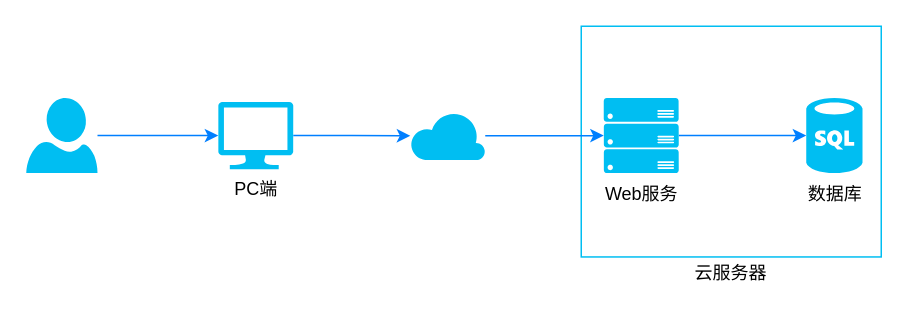
Above: page "硬件架构" (1 of 2) of 未命名绘图.drawio in bit365/diagrams (draw.io), before the change. Source tidied: cells renumbered, new cells numbered last; positions are measured from the earlier drawing's top-left corner, leaving out a move shared by most shapes. Both pictures are drawn from the tidied source at 150%, with x=0, y=0 at pixel (26, 26).
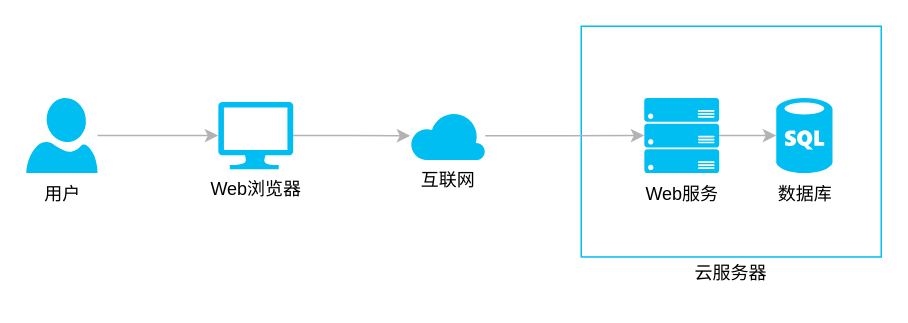
The same diagram, later.

Commit message:
更新未命名绘图.drawio

Diff of the diagram source:
```diff
@@
 <mxGraphModel>
   <root>
     <mxCell id="0" />
     <mxCell id="1" parent="0" />
     <mxCell id="2" style="rounded=0;whiteSpace=wrap;html=1;fillColor=none;strokeColor=#00BEF2;" parent="1" vertex="1">
       <mxGeometry x="370" width="200" height="153.8" as="geometry" />
     </mxCell>
-    <mxCell id="3" style="edgeStyle=orthogonalEdgeStyle;rounded=0;jettySize=auto;html=1;strokeColor=#007FFF;" parent="1" edge="1" source="4" target="5">
+    <mxCell id="3" style="edgeStyle=orthogonalEdgeStyle;rounded=0;jettySize=auto;html=1;strokeColor=#B3B3B3;" parent="1" edge="1" source="4" target="5">
       <mxGeometry relative="1" as="geometry" />
     </mxCell>
     <mxCell id="4" value="Web服务" style="verticalLabelPosition=bottom;html=1;verticalAlign=top;align=center;strokeColor=none;fillColor=#00BEF2;shape=mxgraph.azure.server_rack;" parent="1" vertex="1">
-      <mxGeometry x="385" y="47.9" width="50" height="50" as="geometry" />
+      <mxGeometry x="412" y="47.9" width="50" height="50" as="geometry" />
     </mxCell>
     <mxCell id="5" value="数据库" style="verticalLabelPosition=bottom;html=1;verticalAlign=top;align=center;strokeColor=none;fillColor=#00BEF2;shape=mxgraph.azure.sql_database;" parent="1" vertex="1">
-      <mxGeometry x="520" y="47.9" width="37.5" height="50" as="geometry" />
+      <mxGeometry x="500" y="47.9" width="37.5" height="50" as="geometry" />
     </mxCell>
-    <mxCell id="6" style="edgeStyle=orthogonalEdgeStyle;rounded=0;jettySize=auto;html=1;strokeColor=#007FFF;" parent="1" edge="1" source="7" target="9">
+    <mxCell id="6" style="edgeStyle=orthogonalEdgeStyle;rounded=0;jettySize=auto;html=1;strokeColor=#B3B3B3;" parent="1" edge="1" source="7" target="9">
       <mxGeometry relative="1" as="geometry" />
     </mxCell>
-    <mxCell id="7" style="verticalLabelPosition=bottom;html=1;verticalAlign=top;align=center;strokeColor=none;fillColor=#00BEF2;shape=mxgraph.azure.user;" parent="1" vertex="1">
+    <mxCell id="7" value="用户" style="verticalLabelPosition=bottom;html=1;verticalAlign=top;align=center;strokeColor=none;fillColor=#00BEF2;shape=mxgraph.azure.user;" parent="1" vertex="1">
       <mxGeometry y="47.9" width="47.5" height="50" as="geometry" />
     </mxCell>
-    <mxCell id="8" style="edgeStyle=orthogonalEdgeStyle;rounded=0;jettySize=auto;html=1;strokeColor=#007FFF;" parent="1" edge="1" source="9" target="11">
+    <mxCell id="8" style="edgeStyle=orthogonalEdgeStyle;rounded=0;jettySize=auto;html=1;strokeColor=#B3B3B3;" parent="1" edge="1" source="9" target="11">
       <mxGeometry relative="1" as="geometry" />
     </mxCell>
-    <mxCell id="9" value="PC端" style="verticalLabelPosition=bottom;html=1;verticalAlign=top;align=center;strokeColor=none;fillColor=#00BEF2;shape=mxgraph.azure.computer;" parent="1" vertex="1">
+    <mxCell id="9" value="Web浏览器" style="verticalLabelPosition=bottom;html=1;verticalAlign=top;align=center;strokeColor=none;fillColor=#00BEF2;shape=mxgraph.azure.computer;" parent="1" vertex="1">
       <mxGeometry x="128" y="50.4" width="50" height="45" as="geometry" />
     </mxCell>
-    <mxCell id="10" style="edgeStyle=orthogonalEdgeStyle;rounded=0;jettySize=auto;html=1;strokeColor=#007FFF;" parent="1" edge="1" source="11" target="4">
+    <mxCell id="10" style="edgeStyle=orthogonalEdgeStyle;rounded=0;jettySize=auto;html=1;strokeColor=#B3B3B3;" parent="1" edge="1" source="11" target="4">
       <mxGeometry relative="1" as="geometry" />
     </mxCell>
-    <mxCell id="11" style="verticalLabelPosition=bottom;html=1;verticalAlign=top;align=center;strokeColor=none;fillColor=#00BEF2;shape=mxgraph.azure.cloud;" parent="1" vertex="1">
+    <mxCell id="11" value="互联网" style="verticalLabelPosition=bottom;html=1;verticalAlign=top;align=center;strokeColor=none;fillColor=#00BEF2;shape=mxgraph.azure.cloud;" parent="1" vertex="1">
       <mxGeometry x="256" y="56.7" width="50" height="32.5" as="geometry" />
     </mxCell>
     <mxCell id="12" value="云服务器" style="text;strokeColor=none;align=center;fillColor=none;html=1;verticalAlign=middle;whiteSpace=wrap;rounded=0;" parent="1" vertex="1">
       <mxGeometry x="440" y="150" width="60" height="30" as="geometry" />
     </mxCell>
   </root>
 </mxGraphModel>
```
